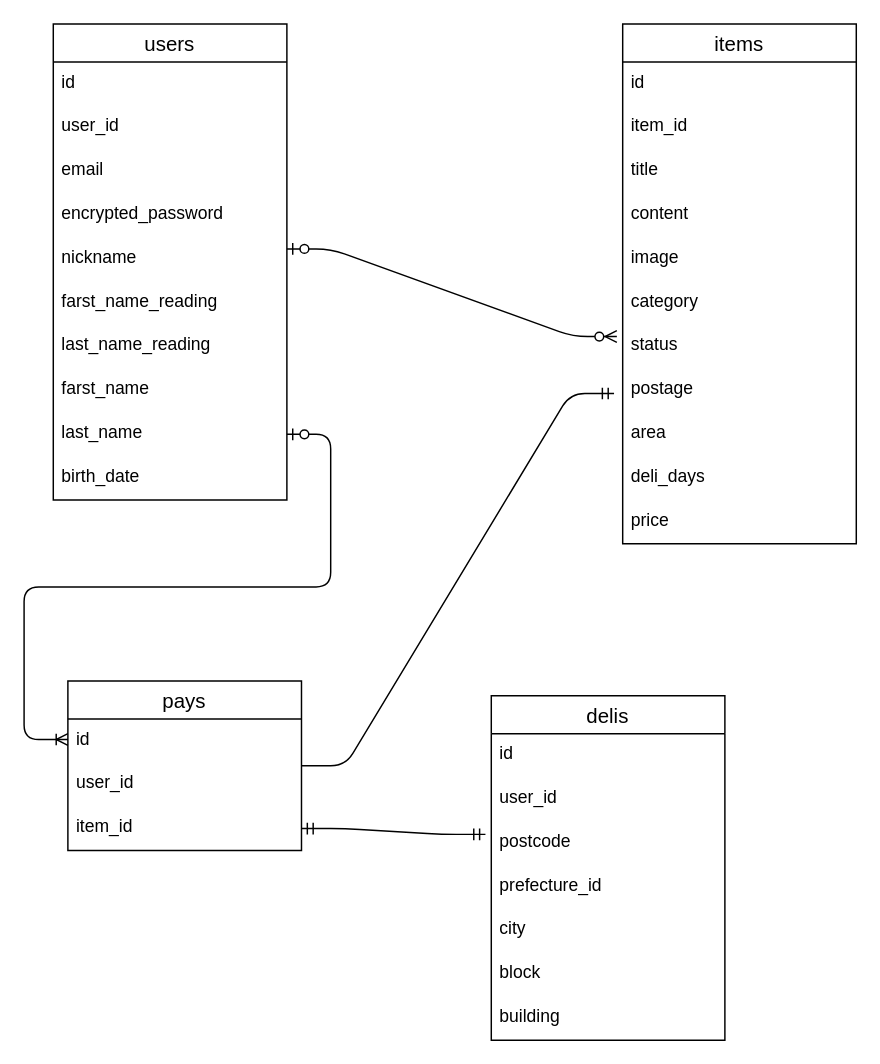
This is er.dio from akiraOOyuu/furima-39146, a draw.io file, before an edit. Source tidied: cells renumbered, new cells numbered last; positions are measured from the earlier drawing's top-left corner, leaving out a move shared by most shapes. Both pictures are drawn from the tidied source at 146%, with x=0, y=0 at pixel (53, 23).
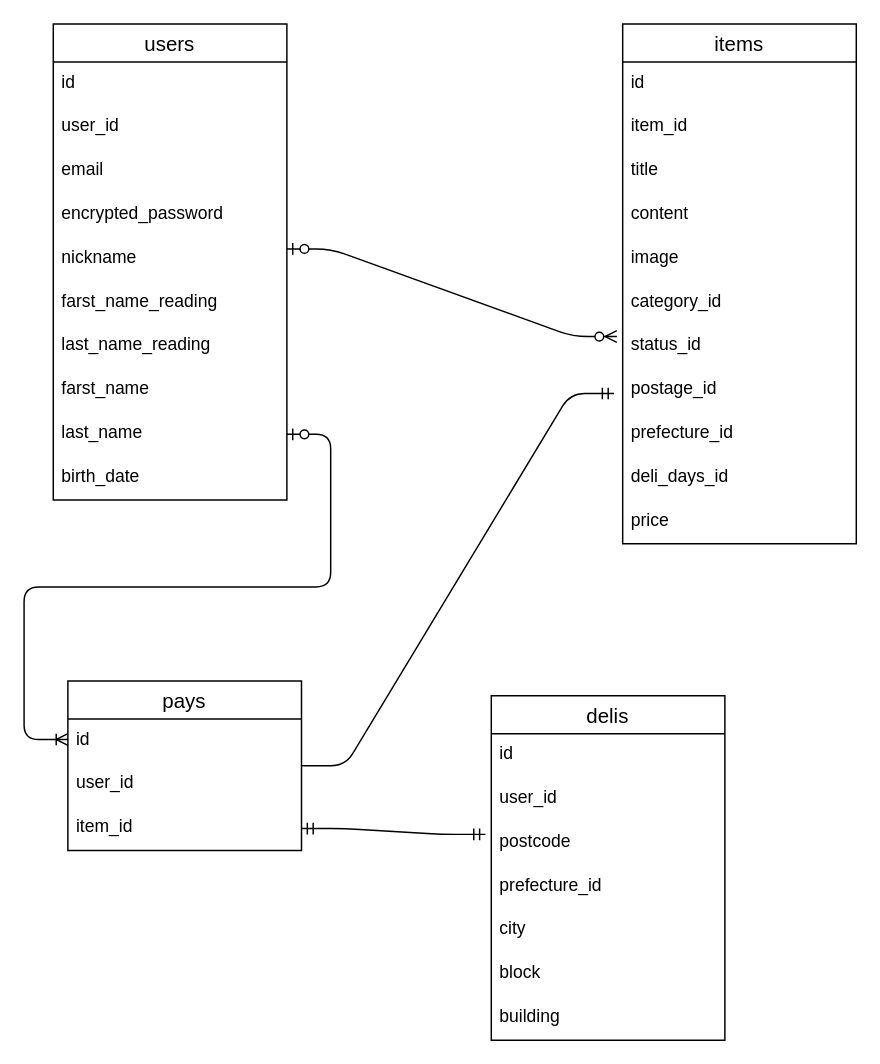
Above is the later version.

The change refers to these unchanged cells:
```xml
<mxCell id="13" value="items" style="swimlane;fontStyle=0;horizontal=1;startSize=26;align=center;fontSize=14;" parent="1" vertex="1">
  <mxGeometry x="390" width="160" height="356" as="geometry" />
</mxCell>
```

Diff of the diagram source:
```diff
@@
-    <mxCell id="19" value="category" style="text;strokeColor=none;fillColor=none;spacingLeft=4;spacingRight=4;overflow=hidden;points=[[0,0.5],[1,0.5]];portConstraint=eastwest;fontSize=12;" parent="13" vertex="1">
+    <mxCell id="19" value="category_id" style="text;strokeColor=none;fillColor=none;spacingLeft=4;spacingRight=4;overflow=hidden;points=[[0,0.5],[1,0.5]];portConstraint=eastwest;fontSize=12;" parent="13" vertex="1">
       <mxGeometry y="176" width="160" height="30" as="geometry" />
     </mxCell>
-    <mxCell id="20" value="status" style="text;strokeColor=none;fillColor=none;spacingLeft=4;spacingRight=4;overflow=hidden;fontSize=12;" parent="13" vertex="1">
+    <mxCell id="20" value="status_id" style="text;strokeColor=none;fillColor=none;spacingLeft=4;spacingRight=4;overflow=hidden;fontSize=12;" parent="13" vertex="1">
       <mxGeometry y="206" width="160" height="30" as="geometry" />
     </mxCell>
-    <mxCell id="21" value="postage" style="text;strokeColor=none;fillColor=none;spacingLeft=4;spacingRight=4;overflow=hidden;points=[[0,0.5],[1,0.5]];portConstraint=eastwest;fontSize=12;" parent="13" vertex="1">
+    <mxCell id="21" value="postage_id" style="text;strokeColor=none;fillColor=none;spacingLeft=4;spacingRight=4;overflow=hidden;points=[[0,0.5],[1,0.5]];portConstraint=eastwest;fontSize=12;" parent="13" vertex="1">
       <mxGeometry y="236" width="160" height="30" as="geometry" />
     </mxCell>
-    <mxCell id="22" value="area" style="text;strokeColor=none;fillColor=none;spacingLeft=4;spacingRight=4;overflow=hidden;fontSize=12;" parent="13" vertex="1">
+    <mxCell id="22" value="prefecture_id" style="text;strokeColor=none;fillColor=none;spacingLeft=4;spacingRight=4;overflow=hidden;fontSize=12;" parent="13" vertex="1">
       <mxGeometry y="266" width="160" height="30" as="geometry" />
     </mxCell>
-    <mxCell id="23" value="deli_days" style="text;strokeColor=none;fillColor=none;spacingLeft=4;spacingRight=4;overflow=hidden;fontSize=12;" parent="13" vertex="1">
+    <mxCell id="23" value="deli_days_id" style="text;strokeColor=none;fillColor=none;spacingLeft=4;spacingRight=4;overflow=hidden;fontSize=12;" parent="13" vertex="1">
       <mxGeometry y="296" width="160" height="30" as="geometry" />
     </mxCell>
```
